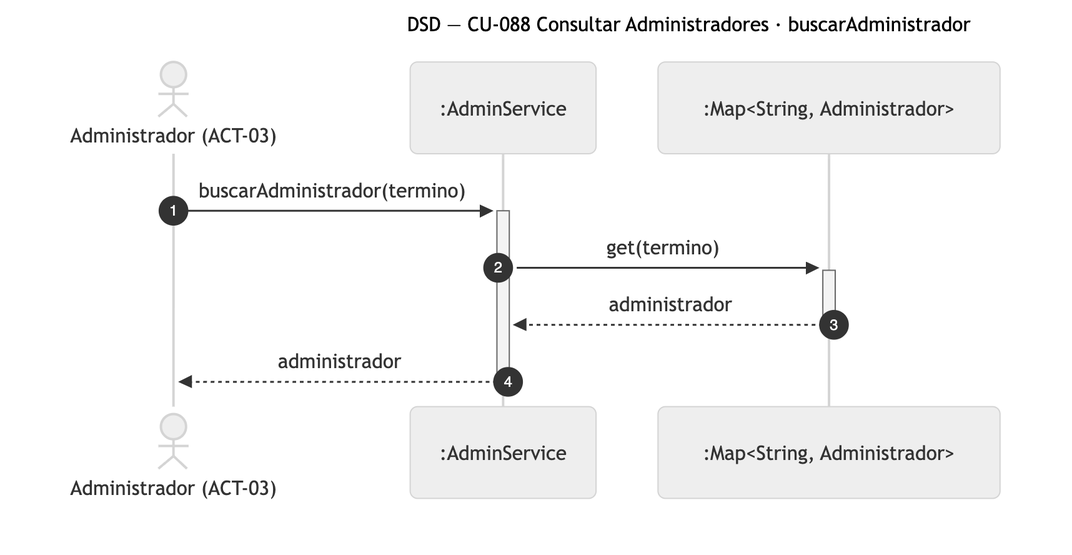
Nahuelito-Dev/splg-docs keeps this Mermaid diagram as diagramas/png/DSD_CU-088_buscarAdministrador.png. Above is the earlier version. Its source is kept beside it as diagramas/DSD_CU-088_buscarAdministrador.mmd.
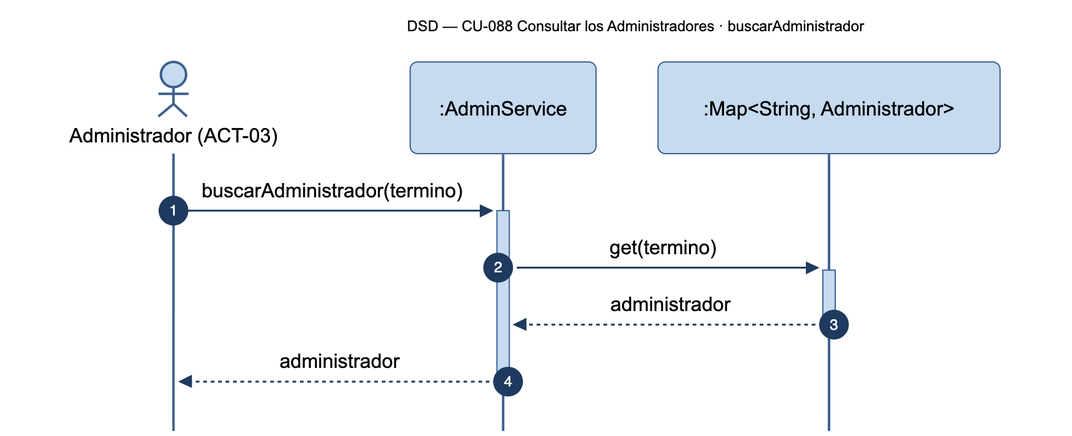
After the change.

Change to the diagram source:
```diff
@@ -1,5 +1,5 @@
 sequenceDiagram
-    title DSD — CU-088 Consultar Administradores · buscarAdministrador
+    title DSD — CU-088 Consultar los Administradores · buscarAdministrador
     autonumber
     actor ADM as Administrador (ACT-03)
     participant SRV as :AdminService
```
